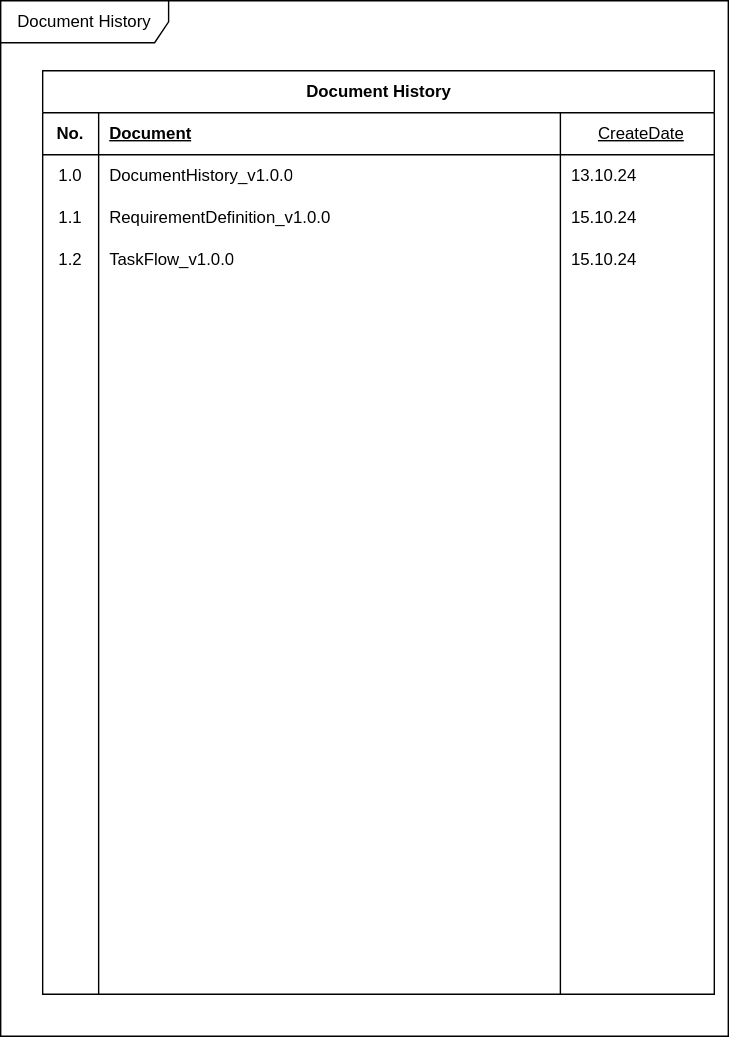
cjungwo/Weadinator keeps this draw.io diagram as Document/WeadinatorDocumentation.svg. Above is the earlier version. Source tidied: cells renumbered, new cells last; positions are measured from the earlier drawing's top-left corner, leaving out a move shared by most shapes.
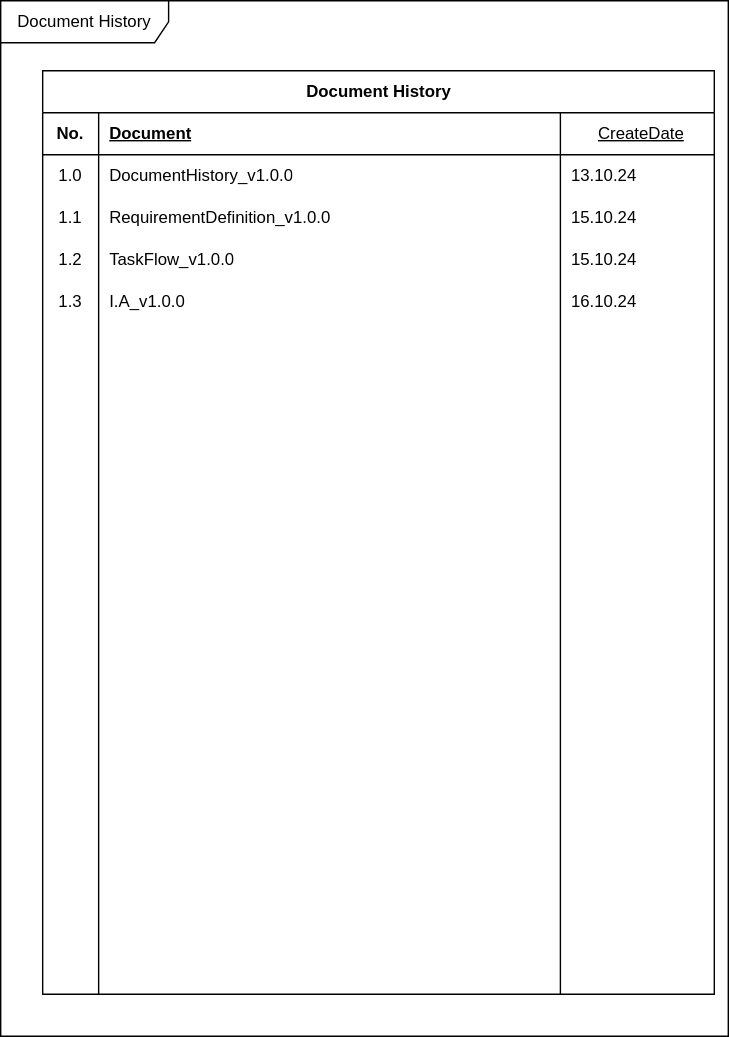
The same file after the commit.

What changed in the source:
```diff
@@ -59,13 +59,13 @@
     <mxCell id="20" style="shape=tableRow;horizontal=0;startSize=0;swimlaneHead=0;swimlaneBody=0;fillColor=none;top=0;left=0;right=0;bottom=0;" parent="3" vertex="1">
       <mxGeometry y="150" width="480" height="30" as="geometry" />
     </mxCell>
-    <mxCell id="21" style="shape=partialRectangle;fillColor=none;top=0;left=0;bottom=0;right=0;overflow=hidden;whiteSpace=wrap;html=1;" parent="20" vertex="1">
+    <mxCell id="21" value="1.3" style="shape=partialRectangle;fillColor=none;top=0;left=0;bottom=0;right=0;overflow=hidden;whiteSpace=wrap;html=1;" parent="20" vertex="1">
       <mxGeometry width="40" height="30" as="geometry" />
     </mxCell>
-    <mxCell id="22" style="shape=partialRectangle;fillColor=none;top=0;left=0;bottom=0;right=0;align=left;spacingLeft=6;overflow=hidden;whiteSpace=wrap;html=1;" parent="20" vertex="1">
+    <mxCell id="22" value="I.A_v1.0.0" style="shape=partialRectangle;fillColor=none;top=0;left=0;bottom=0;right=0;align=left;spacingLeft=6;overflow=hidden;whiteSpace=wrap;html=1;" parent="20" vertex="1">
       <mxGeometry x="40" width="330" height="30" as="geometry" />
     </mxCell>
-    <mxCell id="23" style="shape=partialRectangle;fillColor=none;top=0;left=0;bottom=0;right=0;align=left;spacingLeft=6;overflow=hidden;whiteSpace=wrap;html=1;" parent="20" vertex="1">
+    <mxCell id="23" value="16.10.24" style="shape=partialRectangle;fillColor=none;top=0;left=0;bottom=0;right=0;align=left;spacingLeft=6;overflow=hidden;whiteSpace=wrap;html=1;" parent="20" vertex="1">
       <mxGeometry x="370" width="110" height="30" as="geometry" />
     </mxCell>
     <mxCell id="24" style="shape=tableRow;horizontal=0;startSize=0;swimlaneHead=0;swimlaneBody=0;fillColor=none;top=0;left=0;right=0;bottom=0;" parent="3" vertex="1">
```
